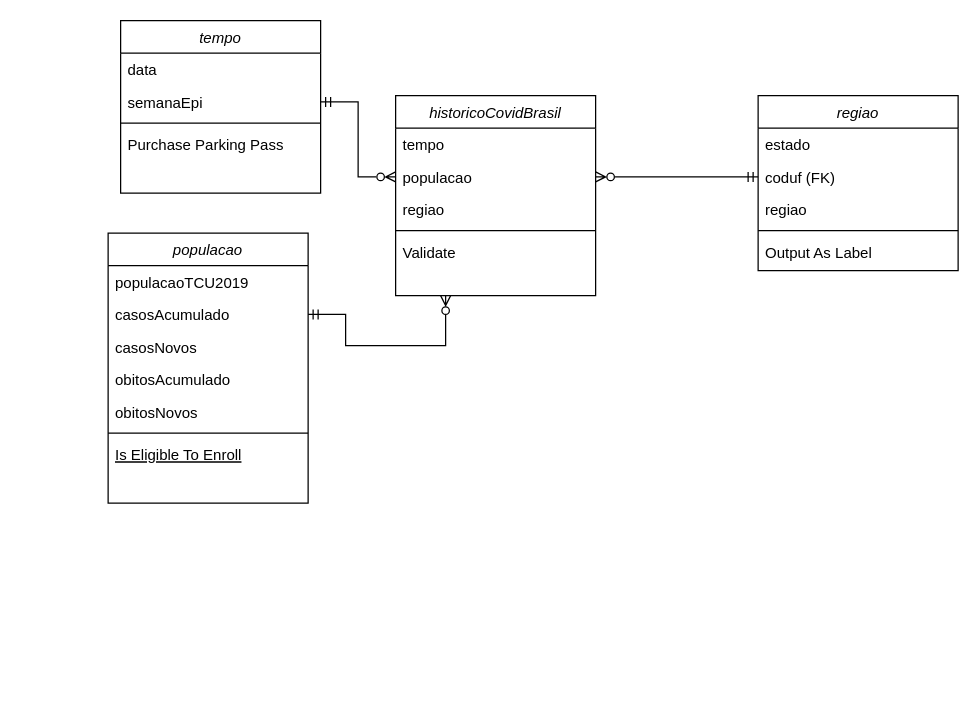
Earlier version of the draw.io diagram starSchema.drawio (troclaux/dw-trabalho-final-grupo). Source tidied: cells renumbered, new cells numbered last; positions are measured from the earlier drawing's top-left corner, leaving out a move shared by most shapes. Both pictures are drawn from the tidied source at 125%, with x=0, y=0 at pixel (108, 20).
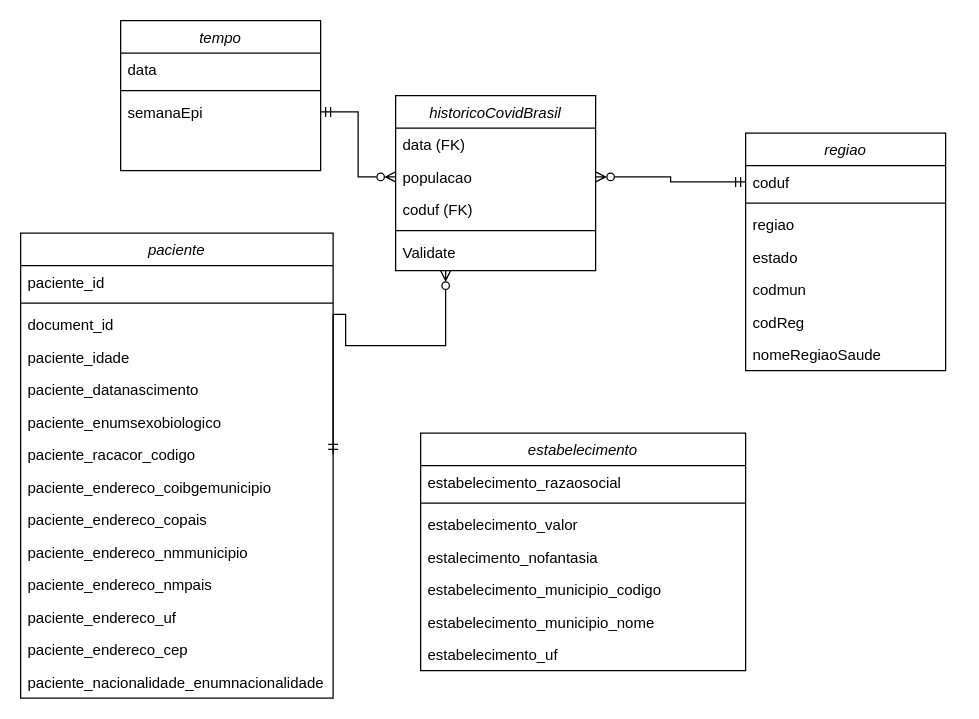
The same diagram, later.

Commit message:
adiciona tabela estabelecimento

Diff of the diagram source:
```diff
@@
     <mxCell id="2" value="tempo" style="swimlane;fontStyle=2;align=center;verticalAlign=top;horizontal=1;startSize=26;rounded=0;shadow=0;strokeWidth=1;" parent="1" vertex="1">
-      <mxGeometry x="10" width="160" height="138" as="geometry" />
+      <mxGeometry x="10" width="160" height="120" as="geometry" />
     </mxCell>
@@
+    <mxCell id="5" style="line;html=1;strokeWidth=1;align=left;verticalAlign=middle;spacingTop=-1;spacingLeft=3;spacingRight=3;labelPosition=right;" parent="2" vertex="1">
+      <mxGeometry y="52" width="160" height="8" as="geometry" />
+    </mxCell>
     <mxCell id="4" value="semanaEpi" style="text;align=left;verticalAlign=top;spacingLeft=4;spacingRight=4;overflow=hidden;points=[[0,0.5],[1,0.5]];portConstraint=eastwest;rounded=0;shadow=0;html=0;" parent="2" vertex="1">
-      <mxGeometry y="52" width="160" height="26" as="geometry" />
+      <mxGeometry y="60" width="160" height="26" as="geometry" />
     </mxCell>
-    <mxCell id="5" style="line;html=1;strokeWidth=1;align=left;verticalAlign=middle;spacingTop=-1;spacingLeft=3;spacingRight=3;labelPosition=right;" parent="2" vertex="1">
-      <mxGeometry y="78" width="160" height="8" as="geometry" />
-    </mxCell>
-    <mxCell id="6" value="Purchase Parking Pass" style="text;align=left;verticalAlign=top;spacingLeft=4;spacingRight=4;overflow=hidden;" parent="2" vertex="1">
-      <mxGeometry y="86" width="160" height="26" as="geometry" />
-    </mxCell>
-    <mxCell id="7" value="populacao" style="swimlane;fontStyle=2;align=center;verticalAlign=top;horizontal=1;startSize=26;rounded=0;shadow=0;strokeWidth=1;" parent="1" vertex="1">
-      <mxGeometry y="170" width="160" height="216" as="geometry" />
+    <mxCell id="7" value="paciente" style="swimlane;fontStyle=2;align=center;verticalAlign=top;horizontal=1;startSize=26;rounded=0;shadow=0;strokeWidth=1;" parent="1" vertex="1">
+      <mxGeometry x="-70" y="170" width="250" height="372" as="geometry" />
     </mxCell>
-    <mxCell id="8" value="populacaoTCU2019" style="text;align=left;verticalAlign=top;spacingLeft=4;spacingRight=4;overflow=hidden;" parent="7" vertex="1">
-      <mxGeometry y="26" width="160" height="26" as="geometry" />
+    <mxCell id="8" value="paciente_id" style="text;align=left;verticalAlign=top;spacingLeft=4;spacingRight=4;overflow=hidden;" parent="7" vertex="1">
+      <mxGeometry y="26" width="250" height="26" as="geometry" />
     </mxCell>
-    <mxCell id="9" value="casosAcumulado" style="text;align=left;verticalAlign=top;spacingLeft=4;spacingRight=4;overflow=hidden;points=[[0,0.5],[1,0.5]];portConstraint=eastwest;" parent="7" vertex="1">
-      <mxGeometry y="52" width="160" height="26" as="geometry" />
-    </mxCell>
-    <mxCell id="10" value="casosNovos" style="text;align=left;verticalAlign=top;spacingLeft=4;spacingRight=4;overflow=hidden;" parent="7" vertex="1">
-      <mxGeometry y="78" width="160" height="26" as="geometry" />
-    </mxCell>
+    <mxCell id="13" style="line;html=1;strokeWidth=1;align=left;verticalAlign=middle;spacingTop=-1;spacingLeft=3;spacingRight=3;labelPosition=right;" parent="7" vertex="1">
+      <mxGeometry y="52" width="250" height="8" as="geometry" />
+    </mxCell>
-    <mxCell id="11" value="obitosAcumulado" style="text;align=left;verticalAlign=top;spacingLeft=4;spacingRight=4;overflow=hidden;" parent="7" vertex="1">
-      <mxGeometry y="104" width="160" height="26" as="geometry" />
+    <mxCell id="11" value="document_id" style="text;align=left;verticalAlign=top;spacingLeft=4;spacingRight=4;overflow=hidden;" parent="7" vertex="1">
+      <mxGeometry y="60" width="250" height="26" as="geometry" />
     </mxCell>
-    <mxCell id="12" value="obitosNovos" style="text;align=left;verticalAlign=top;spacingLeft=4;spacingRight=4;overflow=hidden;rounded=0;shadow=0;html=0;" parent="7" vertex="1">
-      <mxGeometry y="130" width="160" height="26" as="geometry" />
+    <mxCell id="12" value="paciente_idade" style="text;align=left;verticalAlign=top;spacingLeft=4;spacingRight=4;overflow=hidden;rounded=0;shadow=0;html=0;" parent="7" vertex="1">
+      <mxGeometry y="86" width="250" height="26" as="geometry" />
     </mxCell>
-    <mxCell id="13" style="line;html=1;strokeWidth=1;align=left;verticalAlign=middle;spacingTop=-1;spacingLeft=3;spacingRight=3;labelPosition=right;" parent="7" vertex="1">
-      <mxGeometry y="156" width="160" height="8" as="geometry" />
-    </mxCell>
-    <mxCell id="14" value="Is Eligible To Enroll" style="text;align=left;verticalAlign=top;spacingLeft=4;spacingRight=4;overflow=hidden;fontStyle=4;" parent="7" vertex="1">
-      <mxGeometry y="164" width="160" height="26" as="geometry" />
-    </mxCell>
-    <mxCell id="15" style="text;align=left;verticalAlign=top;spacingLeft=4;spacingRight=4;overflow=hidden;" parent="7" vertex="1">
-      <mxGeometry y="190" width="160" height="26" as="geometry" />
-    </mxCell>
+    <mxCell id="31" value="paciente_datanascimento" style="text;align=left;verticalAlign=top;spacingLeft=4;spacingRight=4;overflow=hidden;" parent="7" vertex="1">
+      <mxGeometry y="112" width="250" height="26" as="geometry" />
+    </mxCell>
+    <mxCell id="10" value="paciente_enumsexobiologico" style="text;align=left;verticalAlign=top;spacingLeft=4;spacingRight=4;overflow=hidden;" parent="7" vertex="1">
+      <mxGeometry y="138" width="250" height="26" as="geometry" />
+    </mxCell>
+    <mxCell id="9" value="paciente_racacor_codigo" style="text;align=left;verticalAlign=top;spacingLeft=4;spacingRight=4;overflow=hidden;points=[[0,0.5],[1,0.5]];portConstraint=eastwest;" parent="7" vertex="1">
+      <mxGeometry y="164" width="250" height="26" as="geometry" />
+    </mxCell>
+    <mxCell id="32" value="paciente_endereco_coibgemunicipio" style="text;align=left;verticalAlign=top;spacingLeft=4;spacingRight=4;overflow=hidden;" parent="7" vertex="1">
+      <mxGeometry y="190" width="250" height="26" as="geometry" />
+    </mxCell>
+    <mxCell id="33" value="paciente_endereco_copais" style="text;align=left;verticalAlign=top;spacingLeft=4;spacingRight=4;overflow=hidden;" parent="7" vertex="1">
+      <mxGeometry y="216" width="250" height="26" as="geometry" />
+    </mxCell>
+    <mxCell id="34" value="paciente_endereco_nmmunicipio" style="text;align=left;verticalAlign=top;spacingLeft=4;spacingRight=4;overflow=hidden;" parent="7" vertex="1">
+      <mxGeometry y="242" width="250" height="26" as="geometry" />
+    </mxCell>
+    <mxCell id="35" value="paciente_endereco_nmpais" style="text;align=left;verticalAlign=top;spacingLeft=4;spacingRight=4;overflow=hidden;" parent="7" vertex="1">
+      <mxGeometry y="268" width="250" height="26" as="geometry" />
+    </mxCell>
+    <mxCell id="36" value="paciente_endereco_uf" style="text;align=left;verticalAlign=top;spacingLeft=4;spacingRight=4;overflow=hidden;" parent="7" vertex="1">
+      <mxGeometry y="294" width="250" height="26" as="geometry" />
+    </mxCell>
+    <mxCell id="37" value="paciente_endereco_cep" style="text;align=left;verticalAlign=top;spacingLeft=4;spacingRight=4;overflow=hidden;" parent="7" vertex="1">
+      <mxGeometry y="320" width="250" height="26" as="geometry" />
+    </mxCell>
+    <mxCell id="38" value="paciente_nacionalidade_enumnacionalidade" style="text;align=left;verticalAlign=top;spacingLeft=4;spacingRight=4;overflow=hidden;" parent="7" vertex="1">
+      <mxGeometry y="346" width="250" height="26" as="geometry" />
+    </mxCell>
     <mxCell id="16" value="regiao" style="swimlane;fontStyle=2;align=center;verticalAlign=top;horizontal=1;startSize=26;rounded=0;shadow=0;strokeWidth=1;" parent="1" vertex="1">
-      <mxGeometry x="520" y="60" width="160" height="140" as="geometry" />
+      <mxGeometry x="510" y="90" width="160" height="190" as="geometry" />
     </mxCell>
+    <mxCell id="18" value="coduf" style="text;align=left;verticalAlign=top;spacingLeft=4;spacingRight=4;overflow=hidden;points=[[0,0.5],[1,0.5]];portConstraint=eastwest;" parent="16" vertex="1">
+      <mxGeometry y="26" width="160" height="26" as="geometry" />
+    </mxCell>
+    <mxCell id="20" style="line;html=1;strokeWidth=1;align=left;verticalAlign=middle;spacingTop=-1;spacingLeft=3;spacingRight=3;labelPosition=right;" parent="16" vertex="1">
+      <mxGeometry y="52" width="160" height="8" as="geometry" />
+    </mxCell>
+    <mxCell id="19" value="regiao" style="text;align=left;verticalAlign=top;spacingLeft=4;spacingRight=4;overflow=hidden;" parent="16" vertex="1">
+      <mxGeometry y="60" width="160" height="26" as="geometry" />
+    </mxCell>
     <mxCell id="17" value="estado" style="text;align=left;verticalAlign=top;spacingLeft=4;spacingRight=4;overflow=hidden;" parent="16" vertex="1">
-      <mxGeometry y="26" width="160" height="26" as="geometry" />
+      <mxGeometry y="86" width="160" height="26" as="geometry" />
     </mxCell>
-    <mxCell id="18" value="coduf (FK)" style="text;align=left;verticalAlign=top;spacingLeft=4;spacingRight=4;overflow=hidden;points=[[0,0.5],[1,0.5]];portConstraint=eastwest;" parent="16" vertex="1">
-      <mxGeometry y="52" width="160" height="26" as="geometry" />
-    </mxCell>
-    <mxCell id="19" value="regiao" style="text;align=left;verticalAlign=top;spacingLeft=4;spacingRight=4;overflow=hidden;rounded=0;shadow=0;html=0;" parent="16" vertex="1">
-      <mxGeometry y="78" width="160" height="26" as="geometry" />
-    </mxCell>
-    <mxCell id="20" style="line;html=1;strokeWidth=1;align=left;verticalAlign=middle;spacingTop=-1;spacingLeft=3;spacingRight=3;labelPosition=right;" parent="16" vertex="1">
-      <mxGeometry y="104" width="160" height="8" as="geometry" />
-    </mxCell>
-    <mxCell id="21" value="Output As Label" style="text;align=left;verticalAlign=top;spacingLeft=4;spacingRight=4;overflow=hidden;" parent="16" vertex="1">
-      <mxGeometry y="112" width="160" height="26" as="geometry" />
-    </mxCell>
+    <mxCell id="39" value="codmun" style="text;align=left;verticalAlign=top;spacingLeft=4;spacingRight=4;overflow=hidden;" parent="16" vertex="1">
+      <mxGeometry y="112" width="160" height="26" as="geometry" />
+    </mxCell>
+    <mxCell id="40" value="codReg" style="text;align=left;verticalAlign=top;spacingLeft=4;spacingRight=4;overflow=hidden;" parent="16" vertex="1">
+      <mxGeometry y="138" width="160" height="26" as="geometry" />
+    </mxCell>
+    <mxCell id="41" value="nomeRegiaoSaude" style="text;align=left;verticalAlign=top;spacingLeft=4;spacingRight=4;overflow=hidden;" parent="16" vertex="1">
+      <mxGeometry y="164" width="160" height="26" as="geometry" />
+    </mxCell>
     <mxCell id="22" value="historicoCovidBrasil" style="swimlane;fontStyle=2;align=center;verticalAlign=top;horizontal=1;startSize=26;rounded=0;shadow=0;strokeWidth=1;" parent="1" vertex="1">
-      <mxGeometry x="230" y="60" width="160" height="160" as="geometry" />
+      <mxGeometry x="230" y="60" width="160" height="140" as="geometry" />
     </mxCell>
-    <mxCell id="23" value="tempo" style="text;align=left;verticalAlign=top;spacingLeft=4;spacingRight=4;overflow=hidden;" parent="22" vertex="1">
+    <mxCell id="23" value="data (FK)" style="text;align=left;verticalAlign=top;spacingLeft=4;spacingRight=4;overflow=hidden;" parent="22" vertex="1">
       <mxGeometry y="26" width="160" height="26" as="geometry" />
     </mxCell>
@@
-    <mxCell id="25" value="regiao" style="text;align=left;verticalAlign=top;spacingLeft=4;spacingRight=4;overflow=hidden;rounded=0;shadow=0;html=0;" parent="22" vertex="1">
+    <mxCell id="25" value="coduf (FK)" style="text;align=left;verticalAlign=top;spacingLeft=4;spacingRight=4;overflow=hidden;rounded=0;shadow=0;html=0;" parent="22" vertex="1">
       <mxGeometry y="78" width="160" height="26" as="geometry" />
     </mxCell>
@@
+    <mxCell id="42" value="estabelecimento" style="swimlane;fontStyle=2;align=center;verticalAlign=top;horizontal=1;startSize=26;rounded=0;shadow=0;strokeWidth=1;" parent="1" vertex="1">
+      <mxGeometry x="250" y="330" width="260" height="190" as="geometry" />
+    </mxCell>
+    <mxCell id="43" value="estabelecimento_razaosocial" style="text;align=left;verticalAlign=top;spacingLeft=4;spacingRight=4;overflow=hidden;" parent="42" vertex="1">
+      <mxGeometry y="26" width="260" height="26" as="geometry" />
+    </mxCell>
+    <mxCell id="44" style="line;html=1;strokeWidth=1;align=left;verticalAlign=middle;spacingTop=-1;spacingLeft=3;spacingRight=3;labelPosition=right;" parent="42" vertex="1">
+      <mxGeometry y="52" width="260" height="8" as="geometry" />
+    </mxCell>
+    <mxCell id="45" value="estabelecimento_valor" style="text;align=left;verticalAlign=top;spacingLeft=4;spacingRight=4;overflow=hidden;" parent="42" vertex="1">
+      <mxGeometry y="60" width="260" height="26" as="geometry" />
+    </mxCell>
+    <mxCell id="46" value="estalecimento_nofantasia" style="text;align=left;verticalAlign=top;spacingLeft=4;spacingRight=4;overflow=hidden;" parent="42" vertex="1">
+      <mxGeometry y="86" width="260" height="26" as="geometry" />
+    </mxCell>
+    <mxCell id="47" value="estabelecimento_municipio_codigo" style="text;align=left;verticalAlign=top;spacingLeft=4;spacingRight=4;overflow=hidden;" parent="42" vertex="1">
+      <mxGeometry y="112" width="260" height="26" as="geometry" />
+    </mxCell>
+    <mxCell id="48" value="estabelecimento_municipio_nome" style="text;align=left;verticalAlign=top;spacingLeft=4;spacingRight=4;overflow=hidden;" parent="42" vertex="1">
+      <mxGeometry y="138" width="260" height="26" as="geometry" />
+    </mxCell>
+    <mxCell id="49" value="estabelecimento_uf" style="text;align=left;verticalAlign=top;spacingLeft=4;spacingRight=4;overflow=hidden;" parent="42" vertex="1">
+      <mxGeometry y="164" width="260" height="26" as="geometry" />
+    </mxCell>
```
